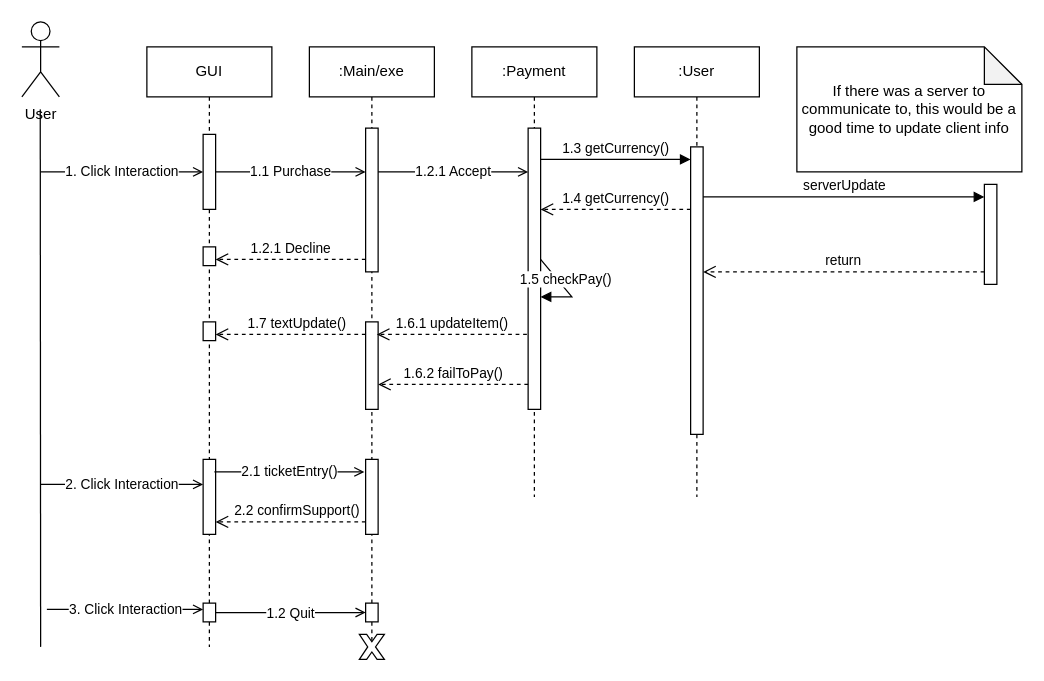
Earlier version of the draw.io diagram Sequence.drawio (KO-KAYO/csprojectUML). Source tidied: cells renumbered, new cells numbered last; positions are measured from the earlier drawing's top-left corner, leaving out a move shared by most shapes. Both pictures are drawn from the tidied source at 125%, with x=0, y=0 at pixel (21, 21).
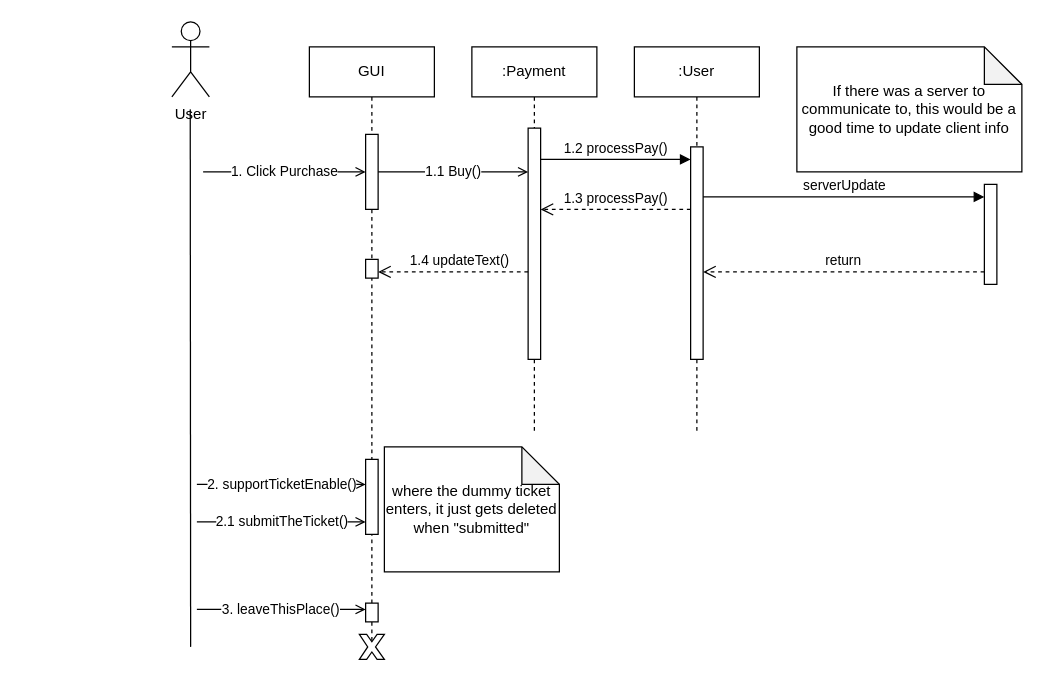
The same diagram, later.

Unchanged cells that the change refers to:
```xml
<mxCell id="12" style="html=1;points=[];perimeter=orthogonalPerimeter;outlineConnect=0;targetShapes=umlLifeline;portConstraint=eastwest;newEdgeStyle={&quot;edgeStyle&quot;:&quot;elbowEdgeStyle&quot;,&quot;elbow&quot;:&quot;vertical&quot;,&quot;curved&quot;:0,&quot;rounded&quot;:0};" parent="11" vertex="1">
  <mxGeometry x="45" y="70" width="10" height="60" as="geometry" />
</mxCell>
<mxCell id="14" style="html=1;points=[];perimeter=orthogonalPerimeter;outlineConnect=0;targetShapes=umlLifeline;portConstraint=eastwest;newEdgeStyle={&quot;edgeStyle&quot;:&quot;elbowEdgeStyle&quot;,&quot;elbow&quot;:&quot;vertical&quot;,&quot;curved&quot;:0,&quot;rounded&quot;:0};" parent="11" vertex="1">
  <mxGeometry x="45" y="445" width="10" height="15" as="geometry" />
</mxCell>
```

The edit, as a diff of the source:
```diff
@@
     <mxCell id="2" value=":Payment" style="shape=umlLifeline;perimeter=lifelinePerimeter;whiteSpace=wrap;html=1;newEdgeStyle={&quot;edgeStyle&quot;:&quot;elbowEdgeStyle&quot;,&quot;elbow&quot;:&quot;vertical&quot;,&quot;curved&quot;:0,&quot;rounded&quot;:0};" parent="1" vertex="1">
-      <mxGeometry x="360" y="20" width="100" height="360" as="geometry" />
+      <mxGeometry x="360" y="20" width="100" height="310" as="geometry" />
     </mxCell>
     <mxCell id="3" style="html=1;points=[];perimeter=orthogonalPerimeter;outlineConnect=0;targetShapes=umlLifeline;portConstraint=eastwest;newEdgeStyle={&quot;edgeStyle&quot;:&quot;elbowEdgeStyle&quot;,&quot;elbow&quot;:&quot;vertical&quot;,&quot;curved&quot;:0,&quot;rounded&quot;:0};" parent="2" vertex="1">
-      <mxGeometry x="45" y="65" width="10" height="225" as="geometry" />
+      <mxGeometry x="45" y="65" width="10" height="185" as="geometry" />
     </mxCell>
     <mxCell id="4" value=":User" style="shape=umlLifeline;perimeter=lifelinePerimeter;whiteSpace=wrap;html=1;newEdgeStyle={&quot;edgeStyle&quot;:&quot;elbowEdgeStyle&quot;,&quot;elbow&quot;:&quot;vertical&quot;,&quot;curved&quot;:0,&quot;rounded&quot;:0};" parent="1" vertex="1">
-      <mxGeometry x="490" y="20" width="100" height="360" as="geometry" />
+      <mxGeometry x="490" y="20" width="100" height="310" as="geometry" />
     </mxCell>
     <mxCell id="5" style="html=1;points=[];perimeter=orthogonalPerimeter;outlineConnect=0;targetShapes=umlLifeline;portConstraint=eastwest;newEdgeStyle={&quot;edgeStyle&quot;:&quot;elbowEdgeStyle&quot;,&quot;elbow&quot;:&quot;vertical&quot;,&quot;curved&quot;:0,&quot;rounded&quot;:0};" parent="4" vertex="1">
-      <mxGeometry x="45" y="80" width="10" height="230" as="geometry" />
+      <mxGeometry x="45" y="80" width="10" height="170" as="geometry" />
     </mxCell>
-    <mxCell id="6" value="1.3 getCurrency()" style="html=1;verticalAlign=bottom;endArrow=block;edgeStyle=elbowEdgeStyle;elbow=vertical;curved=0;rounded=0;" parent="1" edge="1">
+    <mxCell id="6" value="1.2 processPay()" style="html=1;verticalAlign=bottom;endArrow=block;edgeStyle=elbowEdgeStyle;elbow=vertical;curved=0;rounded=0;" parent="1" edge="1">
       <mxGeometry relative="1" as="geometry">
         <mxPoint x="415" y="110" as="sourcePoint" />
         <mxPoint x="535" y="110" as="targetPoint" />
         <Array as="points">
           <mxPoint x="440" y="110" />
         </Array>
       </mxGeometry>
     </mxCell>
-    <mxCell id="7" value="1.4 getCurrency()" style="html=1;verticalAlign=bottom;endArrow=open;dashed=1;endSize=8;edgeStyle=elbowEdgeStyle;elbow=vertical;curved=0;rounded=0;fontStyle=0;" parent="1" edge="1">
+    <mxCell id="7" value="1.3 processPay()" style="html=1;verticalAlign=bottom;endArrow=open;dashed=1;endSize=8;edgeStyle=elbowEdgeStyle;elbow=vertical;curved=0;rounded=0;fontStyle=0;" parent="1" edge="1">
       <mxGeometry relative="1" as="geometry">
         <mxPoint x="535" y="150" as="sourcePoint" />
         <mxPoint x="415" y="150" as="targetPoint" />
         <Array as="points">
           <mxPoint x="430" y="150" />
         </Array>
       </mxGeometry>
     </mxCell>
@@
     <mxCell id="11" value="GUI" style="shape=umlLifeline;perimeter=lifelinePerimeter;whiteSpace=wrap;html=1;newEdgeStyle={&quot;edgeStyle&quot;:&quot;elbowEdgeStyle&quot;,&quot;elbow&quot;:&quot;vertical&quot;,&quot;curved&quot;:0,&quot;rounded&quot;:0};" parent="1" vertex="1">
-      <mxGeometry x="100" y="20" width="100" height="480" as="geometry" />
+      <mxGeometry x="230" y="20" width="100" height="480" as="geometry" />
     </mxCell>
@@
-    <mxCell id="13" style="html=1;points=[];perimeter=orthogonalPerimeter;outlineConnect=0;targetShapes=umlLifeline;portConstraint=eastwest;newEdgeStyle={&quot;edgeStyle&quot;:&quot;elbowEdgeStyle&quot;,&quot;elbow&quot;:&quot;vertical&quot;,&quot;curved&quot;:0,&quot;rounded&quot;:0};" parent="11" vertex="1">
-      <mxGeometry x="45" y="160" width="10" height="15" as="geometry" />
-    </mxCell>
@@
+    <mxCell id="16" style="html=1;points=[];perimeter=orthogonalPerimeter;outlineConnect=0;targetShapes=umlLifeline;portConstraint=eastwest;newEdgeStyle={&quot;edgeStyle&quot;:&quot;elbowEdgeStyle&quot;,&quot;elbow&quot;:&quot;vertical&quot;,&quot;curved&quot;:0,&quot;rounded&quot;:0};" parent="11" vertex="1">
+      <mxGeometry x="45" y="330" width="10" height="60" as="geometry" />
+    </mxCell>
+    <mxCell id="31" value="1.4 updateText()" style="html=1;verticalAlign=bottom;endArrow=open;dashed=1;endSize=8;edgeStyle=elbowEdgeStyle;elbow=vertical;curved=0;rounded=0;" parent="11" edge="1" target="15">
+      <mxGeometry x="-0.08" relative="1" as="geometry">
+        <mxPoint x="175" y="180" as="sourcePoint" />
+        <Array as="points">
+          <mxPoint x="70" y="180" />
+        </Array>
+      </mxGeometry>
+    </mxCell>
     <mxCell id="15" style="html=1;points=[];perimeter=orthogonalPerimeter;outlineConnect=0;targetShapes=umlLifeline;portConstraint=eastwest;newEdgeStyle={&quot;edgeStyle&quot;:&quot;elbowEdgeStyle&quot;,&quot;elbow&quot;:&quot;vertical&quot;,&quot;curved&quot;:0,&quot;rounded&quot;:0};" parent="11" vertex="1">
-      <mxGeometry x="45" y="220" width="10" height="15" as="geometry" />
+      <mxGeometry x="45" y="170" width="10" height="15" as="geometry" />
     </mxCell>
-    <mxCell id="16" style="html=1;points=[];perimeter=orthogonalPerimeter;outlineConnect=0;targetShapes=umlLifeline;portConstraint=eastwest;newEdgeStyle={&quot;edgeStyle&quot;:&quot;elbowEdgeStyle&quot;,&quot;elbow&quot;:&quot;vertical&quot;,&quot;curved&quot;:0,&quot;rounded&quot;:0};" parent="11" vertex="1">
-      <mxGeometry x="45" y="330" width="10" height="60" as="geometry" />
-    </mxCell>
     <mxCell id="17" value="User" style="shape=umlActor;verticalLabelPosition=bottom;verticalAlign=top;html=1;" parent="1" vertex="1">
-      <mxGeometry width="30" height="60" as="geometry" />
+      <mxGeometry x="120" width="30" height="60" as="geometry" />
     </mxCell>
     <mxCell id="18" style="endArrow=none;html=1;rounded=0;" parent="1" edge="1">
       <mxGeometry relative="1" as="geometry">
-        <mxPoint x="14.7" y="70" as="sourcePoint" />
-        <mxPoint x="15" y="500" as="targetPoint" />
+        <mxPoint x="134.7" y="70" as="sourcePoint" />
+        <mxPoint x="135" y="500" as="targetPoint" />
       </mxGeometry>
     </mxCell>
-    <mxCell id="19" value=":Main/exe" style="shape=umlLifeline;perimeter=lifelinePerimeter;whiteSpace=wrap;html=1;newEdgeStyle={&quot;edgeStyle&quot;:&quot;elbowEdgeStyle&quot;,&quot;elbow&quot;:&quot;vertical&quot;,&quot;curved&quot;:0,&quot;rounded&quot;:0};" parent="1" vertex="1">
-      <mxGeometry x="230" y="20" width="100" height="480" as="geometry" />
-    </mxCell>
-    <mxCell id="20" style="html=1;points=[];perimeter=orthogonalPerimeter;outlineConnect=0;targetShapes=umlLifeline;portConstraint=eastwest;newEdgeStyle={&quot;edgeStyle&quot;:&quot;elbowEdgeStyle&quot;,&quot;elbow&quot;:&quot;vertical&quot;,&quot;curved&quot;:0,&quot;rounded&quot;:0};" parent="19" vertex="1">
-      <mxGeometry x="45" y="65" width="10" height="115" as="geometry" />
-    </mxCell>
-    <mxCell id="21" style="html=1;points=[];perimeter=orthogonalPerimeter;outlineConnect=0;targetShapes=umlLifeline;portConstraint=eastwest;newEdgeStyle={&quot;edgeStyle&quot;:&quot;elbowEdgeStyle&quot;,&quot;elbow&quot;:&quot;vertical&quot;,&quot;curved&quot;:0,&quot;rounded&quot;:0};" parent="19" vertex="1">
-      <mxGeometry x="45" y="445" width="10" height="15" as="geometry" />
-    </mxCell>
-    <mxCell id="22" style="html=1;points=[];perimeter=orthogonalPerimeter;outlineConnect=0;targetShapes=umlLifeline;portConstraint=eastwest;newEdgeStyle={&quot;edgeStyle&quot;:&quot;elbowEdgeStyle&quot;,&quot;elbow&quot;:&quot;vertical&quot;,&quot;curved&quot;:0,&quot;rounded&quot;:0};" parent="19" vertex="1">
-      <mxGeometry x="45" y="220" width="10" height="70" as="geometry" />
-    </mxCell>
-    <mxCell id="23" style="html=1;perimeter=orthogonalPerimeter;targetShapes=umlLifeline;newEdgeStyle={&quot;edgeStyle&quot;:&quot;elbowEdgeStyle&quot;,&quot;elbow&quot;:&quot;vertical&quot;,&quot;curved&quot;:0,&quot;rounded&quot;:0};" parent="19" vertex="1">
-      <mxGeometry x="45" y="330" width="10" height="60" as="geometry" />
-    </mxCell>
-    <mxCell id="24" value="1.1 Purchase" style="endArrow=open;html=1;rounded=0;endFill=0;" parent="1" edge="1">
+    <mxCell id="24" value="1.1 Buy()" style="endArrow=open;html=1;rounded=0;endFill=0;" parent="1" edge="1">
       <mxGeometry relative="1" as="geometry">
-        <mxPoint x="155" y="120" as="sourcePoint" />
-        <mxPoint x="275" y="120" as="targetPoint" />
+        <mxPoint x="285" y="120" as="sourcePoint" />
+        <mxPoint x="405" y="120" as="targetPoint" />
       </mxGeometry>
     </mxCell>
-    <mxCell id="25" value="1.2.1 Accept" style="endArrow=open;html=1;rounded=0;endFill=0;" parent="1" edge="1" target="3">
-      <mxGeometry relative="1" as="geometry">
-        <mxPoint x="285" y="120" as="sourcePoint" />
-      </mxGeometry>
-    </mxCell>
@@
-    <mxCell id="27" value="1.2.1 Decline" style="html=1;verticalAlign=bottom;endArrow=open;dashed=1;endSize=8;edgeStyle=elbowEdgeStyle;elbow=vertical;curved=0;rounded=0;" parent="1" edge="1" source="20" target="13">
-      <mxGeometry relative="1" as="geometry">
-        <Array as="points">
-          <mxPoint x="175" y="190" />
-        </Array>
-      </mxGeometry>
-    </mxCell>
@@
-    <mxCell id="29" value="1.2 Quit" style="endArrow=open;html=1;rounded=0;endFill=0;" parent="1" edge="1" source="14" target="21">
-      <mxGeometry relative="1" as="geometry" />
-    </mxCell>
-    <mxCell id="30" value="1.6.1 updateItem()" style="html=1;verticalAlign=bottom;endArrow=open;dashed=1;endSize=8;edgeStyle=elbowEdgeStyle;elbow=vertical;curved=0;rounded=0;" parent="1" edge="1">
-      <mxGeometry relative="1" as="geometry">
-        <mxPoint x="404" y="250" as="sourcePoint" />
-        <mxPoint x="284" y="250" as="targetPoint" />
-        <Array as="points">
-          <mxPoint x="294" y="250" />
-        </Array>
-      </mxGeometry>
-    </mxCell>
-    <mxCell id="31" value="1.7&amp;nbsp;textUpdate()" style="html=1;verticalAlign=bottom;endArrow=open;dashed=1;endSize=8;edgeStyle=elbowEdgeStyle;elbow=vertical;curved=0;rounded=0;" parent="1" edge="1" source="22" target="15">
-      <mxGeometry x="-0.08" relative="1" as="geometry">
-        <Array as="points">
-          <mxPoint x="170" y="250" />
-        </Array>
-      </mxGeometry>
-    </mxCell>
-    <mxCell id="32" value="1.5 checkPay()" style="html=1;verticalAlign=bottom;endArrow=block;edgeStyle=elbowEdgeStyle;elbow=vertical;curved=0;rounded=0;" parent="1" edge="1" target="3">
-      <mxGeometry relative="1" as="geometry">
-        <mxPoint x="415" y="190" as="sourcePoint" />
-        <Array as="points">
-          <mxPoint x="440" y="220" />
-        </Array>
-      </mxGeometry>
-    </mxCell>
-    <mxCell id="33" value="1.6.2 failToPay()" style="html=1;verticalAlign=bottom;endArrow=open;dashed=1;endSize=8;edgeStyle=elbowEdgeStyle;elbow=vertical;curved=0;rounded=0;" parent="1" edge="1" source="3" target="22">
-      <mxGeometry relative="1" as="geometry">
-        <Array as="points">
-          <mxPoint x="300" y="290" />
-        </Array>
-      </mxGeometry>
-    </mxCell>
-    <mxCell id="34" value="2. Click Interaction" style="endArrow=open;html=1;rounded=0;endFill=0;" parent="1" edge="1" target="16">
+    <mxCell id="34" value="2. supportTicketEnable()" style="endArrow=open;html=1;rounded=0;endFill=0;" parent="1" edge="1" target="16">
       <mxGeometry relative="1" as="geometry">
-        <mxPoint x="15" y="370" as="sourcePoint" />
+        <mxPoint x="140" y="370" as="sourcePoint" />
       </mxGeometry>
     </mxCell>
-    <mxCell id="35" value="1. Click Interaction" style="endArrow=open;html=1;rounded=0;endFill=0;" parent="1" edge="1" target="12">
+    <mxCell id="35" value="1. Click Purchase" style="endArrow=open;html=1;rounded=0;endFill=0;" parent="1" edge="1" target="12">
       <mxGeometry relative="1" as="geometry">
-        <mxPoint x="15" y="120" as="sourcePoint" />
+        <mxPoint x="145" y="120" as="sourcePoint" />
       </mxGeometry>
     </mxCell>
-    <mxCell id="36" value="3. Click Interaction" style="endArrow=open;html=1;rounded=0;endFill=0;" parent="1" edge="1">
-      <mxGeometry relative="1" as="geometry">
-        <mxPoint x="20" y="470" as="sourcePoint" />
-        <mxPoint x="145" y="470" as="targetPoint" />
+    <mxCell id="36" value="3. leaveThisPlace()" style="endArrow=open;html=1;rounded=0;endFill=0;" parent="1" edge="1">
+      <mxGeometry x="-0.01" relative="1" as="geometry">
+        <mxPoint x="140" y="470" as="sourcePoint" />
+        <mxPoint x="275" y="470" as="targetPoint" />
       </mxGeometry>
     </mxCell>
-    <mxCell id="37" value="2.1 ticketEntry()" style="endArrow=open;html=1;rounded=0;endFill=0;" parent="1" edge="1">
-      <mxGeometry relative="1" as="geometry">
-        <mxPoint x="154" y="360" as="sourcePoint" />
-        <mxPoint x="274" y="360" as="targetPoint" />
-      </mxGeometry>
-    </mxCell>
-    <mxCell id="38" value="2.2 confirmSupport()" style="html=1;verticalAlign=bottom;endArrow=open;dashed=1;endSize=8;edgeStyle=elbowEdgeStyle;elbow=vertical;curved=0;rounded=0;" parent="1" edge="1">
-      <mxGeometry x="-0.08" relative="1" as="geometry">
-        <mxPoint x="275" y="400" as="sourcePoint" />
-        <mxPoint x="155" y="400" as="targetPoint" />
-        <Array as="points">
-          <mxPoint x="170" y="400" />
-        </Array>
-      </mxGeometry>
-    </mxCell>
+    <mxCell id="39" value="2.1 submitTheTicket()" style="endArrow=open;html=1;rounded=0;endFill=0;" parent="1" edge="1">
+      <mxGeometry relative="1" as="geometry">
+        <mxPoint x="140" y="400" as="sourcePoint" />
+        <mxPoint x="275" y="400" as="targetPoint" />
+      </mxGeometry>
+    </mxCell>
+    <mxCell id="40" value="where the dummy ticket enters, it just gets deleted when &quot;submitted&quot;" style="shape=note;whiteSpace=wrap;html=1;backgroundOutline=1;darkOpacity=0.05;" parent="1" vertex="1">
+      <mxGeometry x="290" y="340" width="140" height="100" as="geometry" />
+    </mxCell>
```
